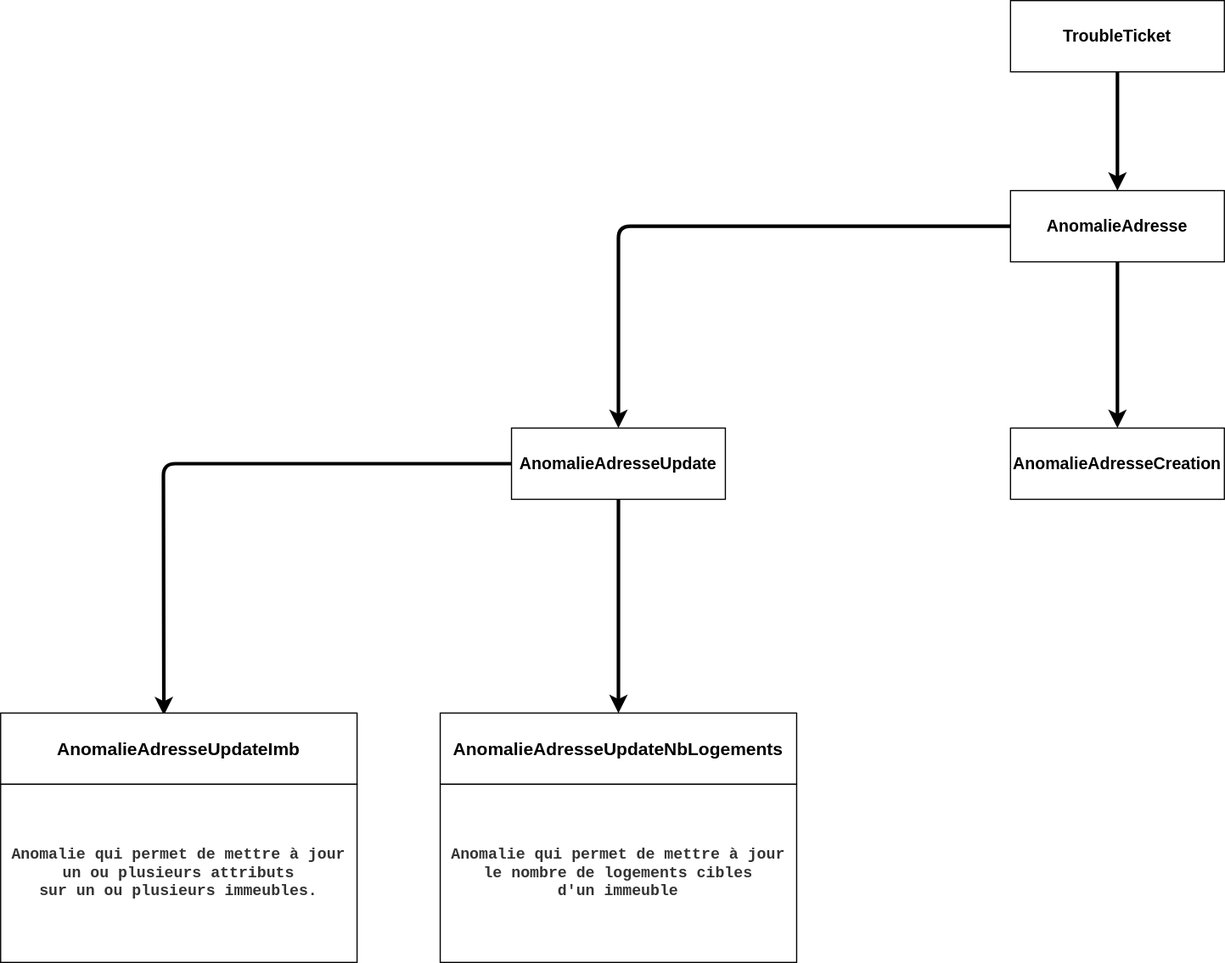
This is type.drawio.svg from before-interop/anomalieAdresse, a draw.io export, as it was before one commit. Source tidied: cells renumbered, new cells last; positions are measured from the earlier drawing's top-left corner, leaving out a move shared by most shapes.
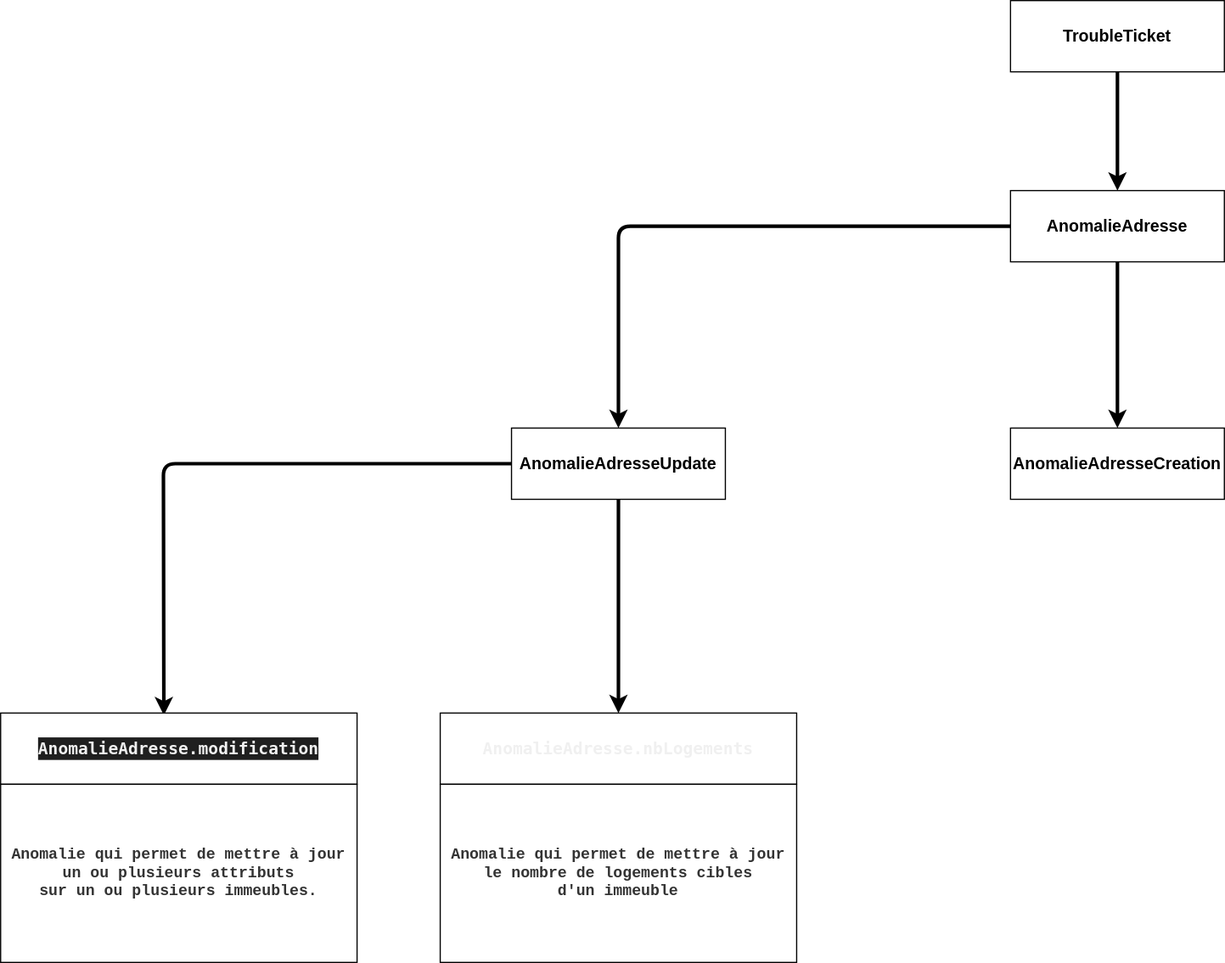
The same diagram one commit later.

The edit, as a diff of the source:
```diff
@@ -34,10 +34,10 @@
     <mxCell id="9" value="AnomalieAdresseUpdate" style="rounded=0;whiteSpace=wrap;html=1;fontStyle=1;fontSize=14;" parent="1" vertex="1">
       <mxGeometry x="430" y="360" width="180" height="60" as="geometry" />
     </mxCell>
-    <mxCell id="10" value="AnomalieAdresseUpdateImb" style="rounded=0;whiteSpace=wrap;html=1;fontStyle=1;fontSize=15;" parent="1" vertex="1">
+    <mxCell id="10" value="&lt;div style=&quot;background-color: rgb(31, 31, 31); font-family: &amp;quot;Droid Sans Mono&amp;quot;, &amp;quot;monospace&amp;quot;, monospace; font-size: 14px; line-height: 19px;&quot;&gt;&lt;span style=&quot;&quot;&gt;AnomalieAdresse.modification&lt;/span&gt;&lt;/div&gt;" style="rounded=0;whiteSpace=wrap;html=1;fontStyle=1;fontSize=15;fontColor=#F0F0F0;" parent="1" vertex="1">
       <mxGeometry y="600" width="300" height="60" as="geometry" />
     </mxCell>
-    <mxCell id="11" value="AnomalieAdresseUpdateNbLogements" style="rounded=0;whiteSpace=wrap;html=1;fontStyle=1;fontSize=15;" parent="1" vertex="1">
+    <mxCell id="11" value="&lt;div style=&quot;font-family: &amp;quot;Droid Sans Mono&amp;quot;, &amp;quot;monospace&amp;quot;, monospace; font-size: 14px; line-height: 19px;&quot;&gt;&lt;span style=&quot;&quot;&gt;AnomalieAdresse.nbLogements&lt;/span&gt;&lt;/div&gt;" style="rounded=0;whiteSpace=wrap;html=1;fontStyle=1;fontSize=15;fontColor=#F0F0F0;" parent="1" vertex="1">
       <mxGeometry x="370" y="600" width="300" height="60" as="geometry" />
     </mxCell>
     <mxCell id="12" value="AnomalieAdresseCreation" style="rounded=0;whiteSpace=wrap;html=1;fontStyle=1;fontSize=14;" parent="1" vertex="1">
```
